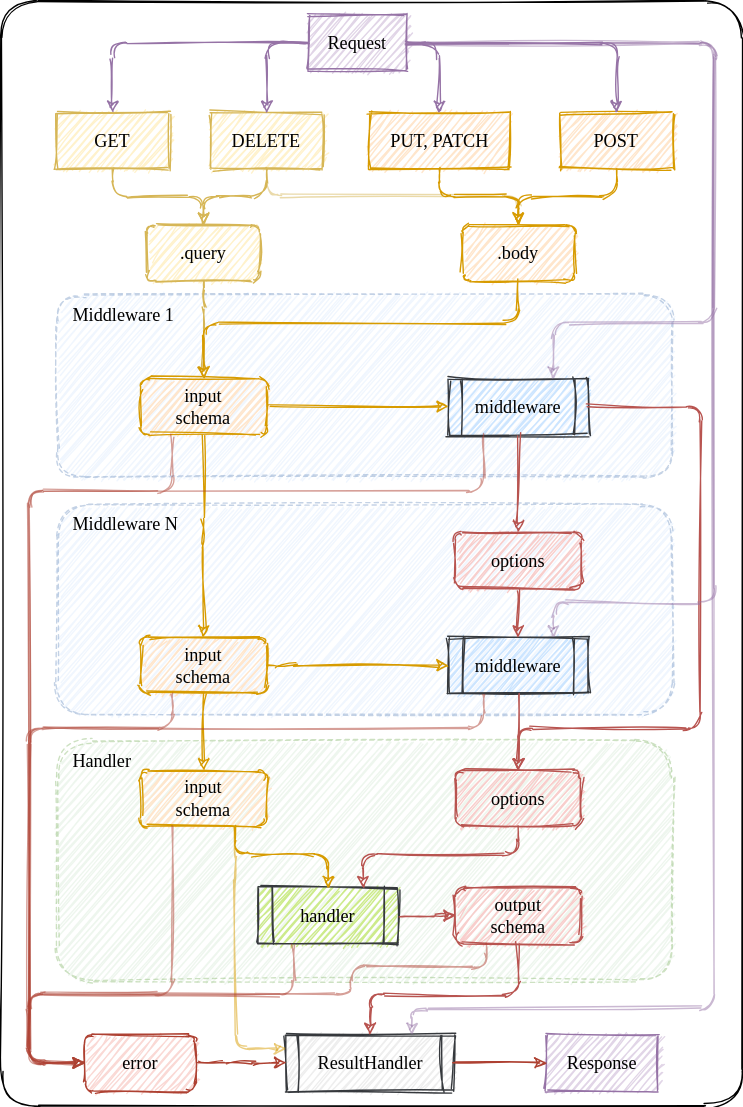
Earlier version of the draw.io export dataflow.svg (RobinTail/express-zod-api). Source tidied: cells renumbered, new cells last; positions are measured from the earlier drawing's top-left corner, leaving out a move shared by most shapes.
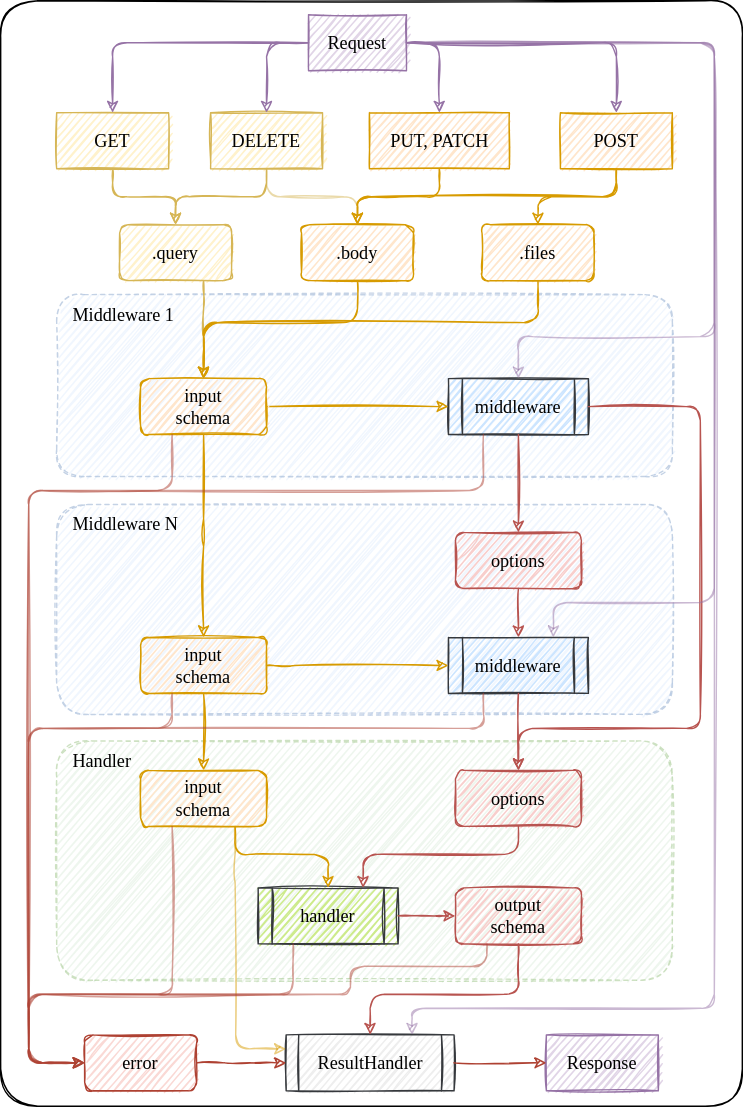
After the change.

The edit, as a diff of the source:
```diff
@@ -88,10 +88,10 @@
       <mxGeometry x="220" y="10" width="70" height="40" as="geometry" />
     </mxCell>
     <mxCell id="22" value=".query" style="rounded=1;fillColor=#fff2cc;strokeColor=#d6b656;sketch=1;fontFamily=Tahoma;fontStyle=0;fontSize=13;spacingTop=0;spacing=2;html=1;whiteSpace=wrap;labelBackgroundColor=none;disableMultiStroke=0;disableMultiStrokeFill=0;sketchStyle=rough;spacingBottom=0;" parent="1" vertex="1">
-      <mxGeometry x="105" y="160" width="80" height="40" as="geometry" />
+      <mxGeometry x="85" y="160" width="80" height="40" as="geometry" />
     </mxCell>
     <mxCell id="23" value=".body" style="rounded=1;fillColor=#ffe6cc;strokeColor=#d79b00;sketch=1;fontFamily=Tahoma;fontStyle=0;fontSize=13;spacingTop=0;spacing=2;html=1;whiteSpace=wrap;labelBackgroundColor=none;disableMultiStroke=0;disableMultiStrokeFill=0;sketchStyle=rough;spacingBottom=0;" parent="1" vertex="1">
-      <mxGeometry x="330" y="160" width="80" height="40" as="geometry" />
+      <mxGeometry x="215" y="160" width="80" height="40" as="geometry" />
     </mxCell>
     <mxCell id="24" value="GET" style="rounded=0;fillColor=#fff2cc;strokeColor=#d6b656;sketch=1;fontFamily=Tahoma;fontStyle=0;fontSize=13;spacingTop=0;spacing=2;html=1;whiteSpace=wrap;labelBackgroundColor=none;disableMultiStroke=0;disableMultiStrokeFill=0;sketchStyle=rough;spacingBottom=0;" parent="1" vertex="1">
       <mxGeometry x="40" y="80" width="80" height="40" as="geometry" />
@@ -133,12 +133,12 @@
     <mxCell id="31" style="endArrow=classic;jumpStyle=none;orthogonal=0;comic=0;rounded=1;edgeStyle=orthogonalEdgeStyle;fillColor=#ffe6cc;strokeColor=#d79b00;startArrow=none;exitX=0.5;exitY=1;exitDx=0;exitDy=0;entryX=0.5;entryY=0;entryDx=0;entryDy=0;sketch=1;fontFamily=Tahoma;fontStyle=0;fontSize=13;spacingTop=0;spacing=2;html=1;labelBackgroundColor=none;disableMultiStroke=0;disableMultiStrokeFill=0;sketchStyle=rough;spacingBottom=0;" parent="1" edge="1" source="15" target="5">
       <mxGeometry relative="1" as="geometry" />
     </mxCell>
-    <mxCell id="32" style="endArrow=classic;entryX=0.75;entryY=0;entryDx=0;entryDy=0;jumpStyle=none;orthogonal=0;comic=0;rounded=1;edgeStyle=orthogonalEdgeStyle;fillColor=#e1d5e7;strokeColor=#9673a6;exitX=1;exitY=0.5;exitDx=0;exitDy=0;sketch=1;opacity=50;fontFamily=Tahoma;fontStyle=0;fontSize=13;spacingTop=0;spacing=2;html=1;labelBackgroundColor=none;disableMultiStroke=0;disableMultiStrokeFill=0;sketchStyle=rough;spacingBottom=0;" parent="1" edge="1" source="21" target="18">
+    <mxCell id="32" style="endArrow=classic;entryX=0.5;entryY=0;entryDx=0;entryDy=0;jumpStyle=none;orthogonal=0;comic=0;rounded=1;edgeStyle=orthogonalEdgeStyle;fillColor=#e1d5e7;strokeColor=#9673a6;exitX=1;exitY=0.5;exitDx=0;exitDy=0;sketch=1;opacity=50;fontFamily=Tahoma;fontStyle=0;fontSize=13;spacingTop=0;spacing=2;html=1;labelBackgroundColor=none;disableMultiStroke=0;disableMultiStrokeFill=0;sketchStyle=rough;spacingBottom=0;" parent="1" edge="1" source="21" target="18">
       <mxGeometry relative="1" as="geometry">
         <Array as="points">
           <mxPoint x="510" y="30" />
-          <mxPoint x="510" y="230" />
-          <mxPoint x="395" y="230" />
+          <mxPoint x="510" y="240" />
+          <mxPoint x="370" y="240" />
         </Array>
       </mxGeometry>
     </mxCell>
@@ -265,7 +265,7 @@
       <mxGeometry relative="1" as="geometry">
         <Array as="points">
           <mxPoint x="80" y="140" />
-          <mxPoint x="145" y="140" />
+          <mxPoint x="125" y="140" />
         </Array>
       </mxGeometry>
     </mxCell>
@@ -273,7 +273,7 @@
       <mxGeometry relative="1" as="geometry">
         <Array as="points">
           <mxPoint x="190" y="140" />
-          <mxPoint x="145" y="140" />
+          <mxPoint x="125" y="140" />
         </Array>
       </mxGeometry>
     </mxCell>
@@ -281,7 +281,7 @@
       <mxGeometry relative="1" as="geometry">
         <Array as="points">
           <mxPoint x="190" y="140" />
-          <mxPoint x="370" y="140" />
+          <mxPoint x="255" y="140" />
         </Array>
       </mxGeometry>
     </mxCell>
@@ -289,7 +289,7 @@
       <mxGeometry relative="1" as="geometry">
         <Array as="points">
           <mxPoint x="314" y="140" />
-          <mxPoint x="370" y="140" />
+          <mxPoint x="255" y="140" />
         </Array>
       </mxGeometry>
     </mxCell>
@@ -297,22 +297,22 @@
       <mxGeometry relative="1" as="geometry">
         <Array as="points">
           <mxPoint x="440" y="140" />
-          <mxPoint x="370" y="140" />
+          <mxPoint x="255" y="140" />
         </Array>
       </mxGeometry>
     </mxCell>
-    <mxCell id="55" style="endArrow=classic;jumpStyle=none;orthogonal=0;comic=0;rounded=1;edgeStyle=orthogonalEdgeStyle;exitX=0.5;exitY=1;exitDx=0;exitDy=0;entryX=0.5;entryY=0;entryDx=0;entryDy=0;fillColor=#fff2cc;strokeColor=#d6b656;sketch=1;fontFamily=Tahoma;fontStyle=0;fontSize=13;spacingTop=0;spacing=2;html=1;labelBackgroundColor=none;disableMultiStroke=0;disableMultiStrokeFill=0;sketchStyle=rough;spacingBottom=0;" parent="1" edge="1" source="22" target="20">
+    <mxCell id="55" style="endArrow=classic;jumpStyle=none;orthogonal=0;comic=0;rounded=1;edgeStyle=orthogonalEdgeStyle;exitX=0.75;exitY=1;exitDx=0;exitDy=0;entryX=0.5;entryY=0;entryDx=0;entryDy=0;fillColor=#fff2cc;strokeColor=#d6b656;sketch=1;fontFamily=Tahoma;fontStyle=0;fontSize=13;spacingTop=0;spacing=2;html=1;labelBackgroundColor=none;disableMultiStroke=0;disableMultiStrokeFill=0;sketchStyle=rough;spacingBottom=0;" parent="1" edge="1" source="22" target="20">
       <mxGeometry relative="1" as="geometry">
         <Array as="points">
-          <mxPoint x="145" y="210" />
-          <mxPoint x="145" y="210" />
+          <mxPoint x="145" y="230" />
+          <mxPoint x="145" y="230" />
         </Array>
       </mxGeometry>
     </mxCell>
     <mxCell id="56" style="endArrow=classic;jumpStyle=none;orthogonal=0;comic=0;rounded=1;edgeStyle=orthogonalEdgeStyle;exitX=0.5;exitY=1;exitDx=0;exitDy=0;entryX=0.5;entryY=0;entryDx=0;entryDy=0;fillColor=#ffe6cc;strokeColor=#d79b00;sketch=1;fontFamily=Tahoma;fontStyle=0;fontSize=13;spacingTop=0;spacing=2;html=1;labelBackgroundColor=none;disableMultiStroke=0;disableMultiStrokeFill=0;sketchStyle=rough;spacingBottom=0;" parent="1" edge="1" source="23" target="20">
       <mxGeometry relative="1" as="geometry">
         <Array as="points">
-          <mxPoint x="370" y="230" />
+          <mxPoint x="255" y="230" />
           <mxPoint x="145" y="230" />
         </Array>
       </mxGeometry>
@@ -355,5 +355,24 @@
         </Array>
       </mxGeometry>
     </mxCell>
+    <mxCell id="61" value=".files" style="rounded=1;fillColor=#ffe6cc;strokeColor=#d79b00;sketch=1;fontFamily=Tahoma;fontStyle=0;fontSize=13;spacingTop=0;spacing=2;html=1;whiteSpace=wrap;labelBackgroundColor=none;disableMultiStroke=0;disableMultiStrokeFill=0;sketchStyle=rough;spacingBottom=0;" parent="1" vertex="1">
+      <mxGeometry x="344" y="160" width="80" height="40" as="geometry" />
+    </mxCell>
+    <mxCell id="62" style="endArrow=classic;jumpStyle=none;orthogonal=0;comic=0;rounded=1;edgeStyle=orthogonalEdgeStyle;exitX=0.5;exitY=1;exitDx=0;exitDy=0;entryX=0.5;entryY=0;entryDx=0;entryDy=0;fillColor=#ffe6cc;strokeColor=#d79b00;sketch=1;fontFamily=Tahoma;fontStyle=0;fontSize=13;spacingTop=0;spacing=2;html=1;labelBackgroundColor=none;disableMultiStroke=0;disableMultiStrokeFill=0;sketchStyle=rough;spacingBottom=0;" parent="1" edge="1" source="27" target="61">
+      <mxGeometry relative="1" as="geometry">
+        <Array as="points">
+          <mxPoint x="440" y="140" />
+          <mxPoint x="384" y="140" />
+        </Array>
+      </mxGeometry>
+    </mxCell>
+    <mxCell id="63" style="endArrow=classic;jumpStyle=none;orthogonal=0;comic=0;rounded=1;edgeStyle=orthogonalEdgeStyle;exitX=0.5;exitY=1;exitDx=0;exitDy=0;entryX=0.5;entryY=0;entryDx=0;entryDy=0;fillColor=#ffe6cc;strokeColor=#d79b00;sketch=1;fontFamily=Tahoma;fontStyle=0;fontSize=13;spacingTop=0;spacing=2;html=1;labelBackgroundColor=none;disableMultiStroke=0;disableMultiStrokeFill=0;sketchStyle=rough;spacingBottom=0;" parent="1" edge="1" source="61" target="20">
+      <mxGeometry relative="1" as="geometry">
+        <Array as="points">
+          <mxPoint x="384" y="230" />
+          <mxPoint x="145" y="230" />
+        </Array>
+      </mxGeometry>
+    </mxCell>
   </root>
 </mxGraphModel>
```
